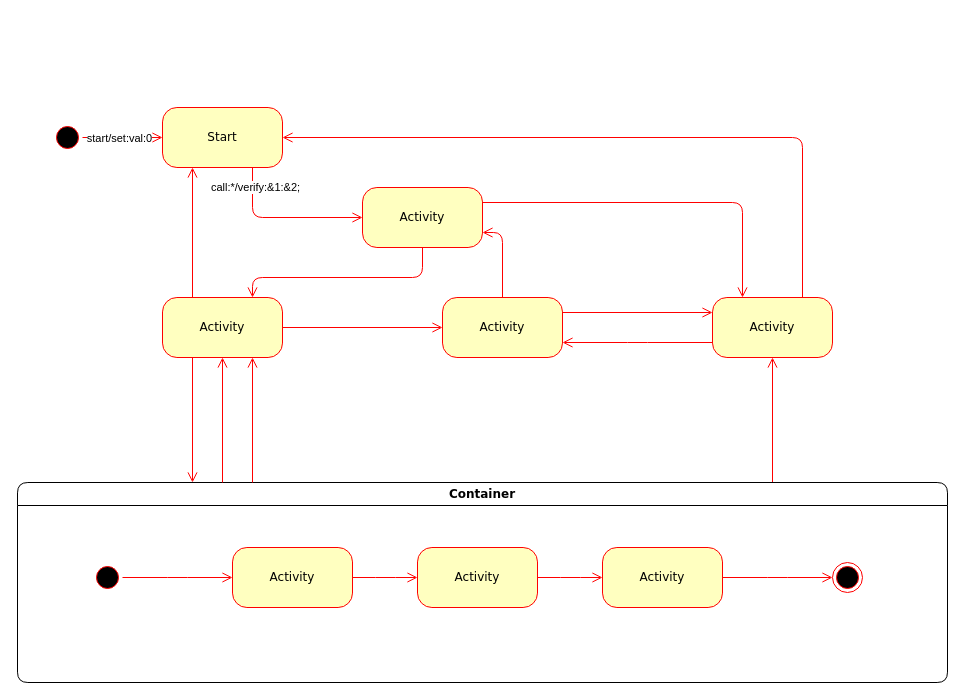
Before: state.drawio in disceta/disceta.github.io, a draw.io diagram. Source tidied: cells renumbered, new cells numbered last; positions are measured from the earlier drawing's top-left corner, leaving out a move shared by most shapes. Both pictures are drawn from the tidied source at 100%, with x=0, y=0 at pixel (17, 107).
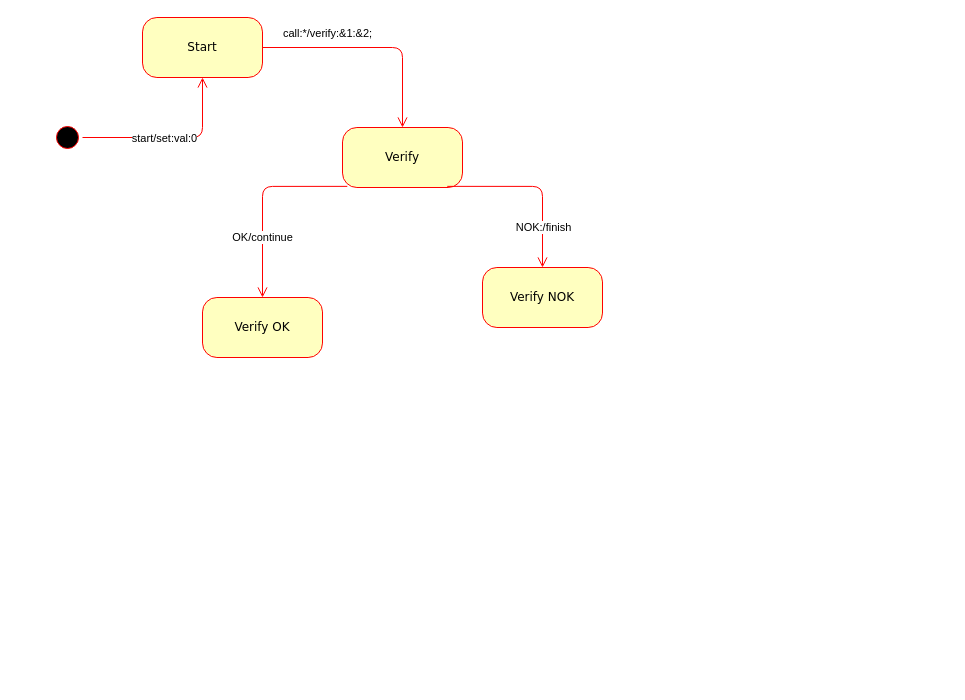
The same diagram, later.

Change to the diagram source:
```diff
@@
-    <mxCell id="3" value="Activity" style="rounded=1;whiteSpace=wrap;html=1;arcSize=24;fillColor=#ffffc0;strokeColor=#ff0000;shadow=0;comic=0;labelBackgroundColor=none;fontFamily=Verdana;fontSize=12;fontColor=#000000;align=center;" parent="1" vertex="1">
-      <mxGeometry x="145" y="190" width="120" height="60" as="geometry" />
-    </mxCell>
     <mxCell id="4" value="Start&lt;br&gt;" style="rounded=1;whiteSpace=wrap;html=1;arcSize=24;fillColor=#ffffc0;strokeColor=#ff0000;shadow=0;comic=0;labelBackgroundColor=none;fontFamily=Verdana;fontSize=12;fontColor=#000000;align=center;" parent="1" vertex="1">
-      <mxGeometry x="145" width="120" height="60" as="geometry" />
+      <mxGeometry x="125" y="-90" width="120" height="60" as="geometry" />
     </mxCell>
-    <mxCell id="5" style="edgeStyle=orthogonalEdgeStyle;html=1;exitX=1;exitY=0.25;entryX=0.25;entryY=0;labelBackgroundColor=none;endArrow=open;endSize=8;strokeColor=#ff0000;fontFamily=Verdana;fontSize=12;align=left;" parent="1" edge="1" source="6" target="9">
-      <mxGeometry relative="1" as="geometry" />
-    </mxCell>
-    <mxCell id="6" value="Activity" style="rounded=1;whiteSpace=wrap;html=1;arcSize=24;fillColor=#ffffc0;strokeColor=#ff0000;shadow=0;comic=0;labelBackgroundColor=none;fontFamily=Verdana;fontSize=12;fontColor=#000000;align=center;" parent="1" vertex="1">
-      <mxGeometry x="345" y="80" width="120" height="60" as="geometry" />
+    <mxCell id="6" value="Verify" style="rounded=1;whiteSpace=wrap;html=1;arcSize=24;fillColor=#ffffc0;strokeColor=#ff0000;shadow=0;comic=0;labelBackgroundColor=none;fontFamily=Verdana;fontSize=12;fontColor=#000000;align=center;" parent="1" vertex="1">
+      <mxGeometry x="325" y="20" width="120" height="60" as="geometry" />
     </mxCell>
-    <mxCell id="7" style="edgeStyle=orthogonalEdgeStyle;html=1;exitX=0.75;exitY=0;entryX=1;entryY=0.5;labelBackgroundColor=none;endArrow=open;endSize=8;strokeColor=#ff0000;fontFamily=Verdana;fontSize=12;align=left;" parent="1" edge="1" source="9" target="4">
-      <mxGeometry relative="1" as="geometry">
-        <Array as="points">
-          <mxPoint x="785" y="30" />
-        </Array>
-      </mxGeometry>
-    </mxCell>
-    <mxCell id="8" style="edgeStyle=elbowEdgeStyle;html=1;exitX=0;exitY=0.75;entryX=1;entryY=0.75;labelBackgroundColor=none;endArrow=open;endSize=8;strokeColor=#ff0000;fontFamily=Verdana;fontSize=12;align=left;" parent="1" edge="1" source="9" target="10">
-      <mxGeometry relative="1" as="geometry" />
-    </mxCell>
-    <mxCell id="9" value="Activity" style="rounded=1;whiteSpace=wrap;html=1;arcSize=24;fillColor=#ffffc0;strokeColor=#ff0000;shadow=0;comic=0;labelBackgroundColor=none;fontFamily=Verdana;fontSize=12;fontColor=#000000;align=center;" parent="1" vertex="1">
-      <mxGeometry x="695" y="190" width="120" height="60" as="geometry" />
-    </mxCell>
-    <mxCell id="10" value="Activity" style="rounded=1;whiteSpace=wrap;html=1;arcSize=24;fillColor=#ffffc0;strokeColor=#ff0000;shadow=0;comic=0;labelBackgroundColor=none;fontFamily=Verdana;fontSize=12;fontColor=#000000;align=center;" parent="1" vertex="1">
-      <mxGeometry x="425" y="190" width="120" height="60" as="geometry" />
-    </mxCell>
-    <mxCell id="11" style="edgeStyle=elbowEdgeStyle;html=1;labelBackgroundColor=none;endArrow=open;endSize=8;strokeColor=#ff0000;fontFamily=Verdana;fontSize=12;align=left;" parent="1" edge="1" source="12" target="9">
-      <mxGeometry relative="1" as="geometry" />
-    </mxCell>
-    <mxCell id="12" value="Container" style="swimlane;whiteSpace=wrap;html=1;rounded=1;shadow=0;comic=0;labelBackgroundColor=none;strokeWidth=1;fontFamily=Verdana;fontSize=12;align=center;" parent="1" vertex="1">
-      <mxGeometry y="375" width="930" height="200" as="geometry" />
-    </mxCell>
-    <mxCell id="13" style="edgeStyle=elbowEdgeStyle;html=1;labelBackgroundColor=none;endArrow=open;endSize=8;strokeColor=#ff0000;fontFamily=Verdana;fontSize=12;align=left;" parent="12" edge="1" source="14" target="19">
-      <mxGeometry relative="1" as="geometry" />
-    </mxCell>
-    <mxCell id="14" value="Activity" style="rounded=1;whiteSpace=wrap;html=1;arcSize=24;fillColor=#ffffc0;strokeColor=#ff0000;shadow=0;comic=0;labelBackgroundColor=none;fontFamily=Verdana;fontSize=12;fontColor=#000000;align=center;" parent="12" vertex="1">
-      <mxGeometry x="215" y="65" width="120" height="60" as="geometry" />
-    </mxCell>
-    <mxCell id="15" style="ellipse;html=1;shape=endState;fillColor=#000000;strokeColor=#ff0000;rounded=1;shadow=0;comic=0;labelBackgroundColor=none;fontFamily=Verdana;fontSize=12;fontColor=#000000;align=center;" parent="12" vertex="1">
-      <mxGeometry x="815" y="80" width="30" height="30" as="geometry" />
-    </mxCell>
-    <mxCell id="16" style="edgeStyle=elbowEdgeStyle;html=1;labelBackgroundColor=none;endArrow=open;endSize=8;strokeColor=#ff0000;fontFamily=Verdana;fontSize=12;align=left;" parent="12" edge="1" source="17" target="14">
-      <mxGeometry relative="1" as="geometry" />
-    </mxCell>
-    <mxCell id="17" style="ellipse;html=1;shape=startState;fillColor=#000000;strokeColor=#ff0000;rounded=1;shadow=0;comic=0;labelBackgroundColor=none;fontFamily=Verdana;fontSize=12;fontColor=#000000;align=center;direction=south;" parent="12" vertex="1">
-      <mxGeometry x="75" y="80" width="30" height="30" as="geometry" />
-    </mxCell>
-    <mxCell id="18" style="edgeStyle=elbowEdgeStyle;html=1;labelBackgroundColor=none;endArrow=open;endSize=8;strokeColor=#ff0000;fontFamily=Verdana;fontSize=12;align=left;" parent="12" edge="1" source="19" target="21">
-      <mxGeometry relative="1" as="geometry" />
-    </mxCell>
-    <mxCell id="19" value="Activity" style="rounded=1;whiteSpace=wrap;html=1;arcSize=24;fillColor=#ffffc0;strokeColor=#ff0000;shadow=0;comic=0;labelBackgroundColor=none;fontFamily=Verdana;fontSize=12;fontColor=#000000;align=center;" parent="12" vertex="1">
-      <mxGeometry x="400" y="65" width="120" height="60" as="geometry" />
-    </mxCell>
-    <mxCell id="20" style="edgeStyle=elbowEdgeStyle;html=1;labelBackgroundColor=none;endArrow=open;endSize=8;strokeColor=#ff0000;fontFamily=Verdana;fontSize=12;align=left;" parent="12" edge="1" source="21" target="15">
-      <mxGeometry relative="1" as="geometry" />
-    </mxCell>
-    <mxCell id="21" value="Activity" style="rounded=1;whiteSpace=wrap;html=1;arcSize=24;fillColor=#ffffc0;strokeColor=#ff0000;shadow=0;comic=0;labelBackgroundColor=none;fontFamily=Verdana;fontSize=12;fontColor=#000000;align=center;" parent="12" vertex="1">
-      <mxGeometry x="585" y="65" width="120" height="60" as="geometry" />
-    </mxCell>
@@
-    <mxCell id="24" style="edgeStyle=orthogonalEdgeStyle;html=1;labelBackgroundColor=none;endArrow=open;endSize=8;strokeColor=#ff0000;fontFamily=Verdana;fontSize=12;align=left;entryX=0;entryY=0.5;" parent="1" edge="1" source="4" target="6">
-      <mxGeometry relative="1" as="geometry">
-        <Array as="points">
-          <mxPoint x="235" y="110" />
-        </Array>
-      </mxGeometry>
+    <mxCell id="24" style="edgeStyle=orthogonalEdgeStyle;html=1;labelBackgroundColor=none;endArrow=open;endSize=8;strokeColor=#ff0000;fontFamily=Verdana;fontSize=12;align=left;" parent="1" edge="1" source="4" target="6">
+      <mxGeometry relative="1" as="geometry" />
     </mxCell>
     <mxCell id="25" value="call:*/verify:&amp;amp;1:&amp;amp;2;" style="edgeLabel;html=1;align=center;verticalAlign=middle;" parent="24" vertex="1">
-      <mxGeometry x="-0.76" y="2" relative="1" as="geometry" />
+      <mxGeometry x="-0.76" y="2" relative="1" as="geometry">
+        <mxPoint x="38" y="-13" as="offset" />
+      </mxGeometry>
     </mxCell>
-    <mxCell id="26" style="edgeStyle=orthogonalEdgeStyle;html=1;entryX=0.75;entryY=0;labelBackgroundColor=none;endArrow=open;endSize=8;strokeColor=#ff0000;fontFamily=Verdana;fontSize=12;align=left;exitX=0.5;exitY=1;" parent="1" edge="1" source="6" target="3">
-      <mxGeometry relative="1" as="geometry">
-        <Array as="points">
-          <mxPoint x="405" y="170" />
-          <mxPoint x="235" y="170" />
-        </Array>
-      </mxGeometry>
-    </mxCell>
-    <mxCell id="27" style="edgeStyle=orthogonalEdgeStyle;html=1;exitX=0.25;exitY=0;entryX=0.25;entryY=1;labelBackgroundColor=none;endArrow=open;endSize=8;strokeColor=#ff0000;fontFamily=Verdana;fontSize=12;align=left;" parent="1" edge="1" source="3" target="4">
-      <mxGeometry relative="1" as="geometry" />
-    </mxCell>
-    <mxCell id="28" style="edgeStyle=orthogonalEdgeStyle;html=1;exitX=1;exitY=0.5;entryX=0;entryY=0.5;labelBackgroundColor=none;endArrow=open;endSize=8;strokeColor=#ff0000;fontFamily=Verdana;fontSize=12;align=left;" parent="1" edge="1" source="3" target="10">
-      <mxGeometry relative="1" as="geometry" />
-    </mxCell>
-    <mxCell id="29" style="edgeStyle=orthogonalEdgeStyle;html=1;exitX=0.5;exitY=0;entryX=1;entryY=0.75;labelBackgroundColor=none;endArrow=open;endSize=8;strokeColor=#ff0000;fontFamily=Verdana;fontSize=12;align=left;" parent="1" edge="1" source="10" target="6">
-      <mxGeometry relative="1" as="geometry" />
-    </mxCell>
-    <mxCell id="30" style="edgeStyle=orthogonalEdgeStyle;html=1;exitX=1;exitY=0.25;entryX=0;entryY=0.25;labelBackgroundColor=none;endArrow=open;endSize=8;strokeColor=#ff0000;fontFamily=Verdana;fontSize=12;align=left;" parent="1" edge="1" source="10" target="9">
-      <mxGeometry relative="1" as="geometry" />
-    </mxCell>
-    <mxCell id="31" style="edgeStyle=elbowEdgeStyle;html=1;labelBackgroundColor=none;endArrow=open;endSize=8;strokeColor=#ff0000;fontFamily=Verdana;fontSize=12;align=left;entryX=0.75;entryY=1;" parent="1" edge="1" source="12" target="3">
-      <mxGeometry relative="1" as="geometry" />
-    </mxCell>
-    <mxCell id="32" style="edgeStyle=elbowEdgeStyle;html=1;labelBackgroundColor=none;endArrow=open;endSize=8;strokeColor=#ff0000;fontFamily=Verdana;fontSize=12;align=left;entryX=0.5;entryY=1;" parent="1" edge="1" source="12" target="3">
-      <mxGeometry relative="1" as="geometry" />
-    </mxCell>
-    <mxCell id="33" style="edgeStyle=elbowEdgeStyle;html=1;labelBackgroundColor=none;endArrow=open;endSize=8;strokeColor=#ff0000;fontFamily=Verdana;fontSize=12;align=left;exitX=0.25;exitY=1;" parent="1" edge="1" source="3" target="12">
-      <mxGeometry relative="1" as="geometry" />
-    </mxCell>
+    <mxCell id="34" value="Verify OK" style="rounded=1;whiteSpace=wrap;html=1;arcSize=24;fillColor=#ffffc0;strokeColor=#ff0000;shadow=0;comic=0;labelBackgroundColor=none;fontFamily=Verdana;fontSize=12;fontColor=#000000;align=center;" parent="1" vertex="1">
+      <mxGeometry x="185" y="190" width="120" height="60" as="geometry" />
+    </mxCell>
+    <mxCell id="35" value="Verify NOK" style="rounded=1;whiteSpace=wrap;html=1;arcSize=24;fillColor=#ffffc0;strokeColor=#ff0000;shadow=0;comic=0;labelBackgroundColor=none;fontFamily=Verdana;fontSize=12;fontColor=#000000;align=center;" parent="1" vertex="1">
+      <mxGeometry x="465" y="160" width="120" height="60" as="geometry" />
+    </mxCell>
+    <mxCell id="36" style="edgeStyle=orthogonalEdgeStyle;html=1;labelBackgroundColor=none;endArrow=open;endSize=8;strokeColor=#ff0000;fontFamily=Verdana;fontSize=12;align=left;exitX=0.873;exitY=0.981;exitDx=0;exitDy=0;exitPerimeter=0;" parent="1" edge="1" source="6" target="35">
+      <mxGeometry relative="1" as="geometry" />
+    </mxCell>
+    <mxCell id="37" value="NOK:/finish" style="edgeLabel;html=1;align=center;verticalAlign=middle;" parent="36" vertex="1">
+      <mxGeometry x="-0.76" y="2" relative="1" as="geometry">
+        <mxPoint x="75" y="43" as="offset" />
+      </mxGeometry>
+    </mxCell>
+    <mxCell id="38" style="edgeStyle=orthogonalEdgeStyle;html=1;labelBackgroundColor=none;endArrow=open;endSize=8;strokeColor=#ff0000;fontFamily=Verdana;fontSize=12;align=left;exitX=0.04;exitY=0.981;exitDx=0;exitDy=0;exitPerimeter=0;entryX=0.5;entryY=0;entryDx=0;entryDy=0;" parent="1" edge="1" source="6" target="34">
+      <mxGeometry relative="1" as="geometry" />
+    </mxCell>
+    <mxCell id="39" value="OK/continue" style="edgeLabel;html=1;align=center;verticalAlign=middle;" parent="38" vertex="1">
+      <mxGeometry x="-0.76" y="2" relative="1" as="geometry">
+        <mxPoint x="-61" y="49" as="offset" />
+      </mxGeometry>
+    </mxCell>
```
